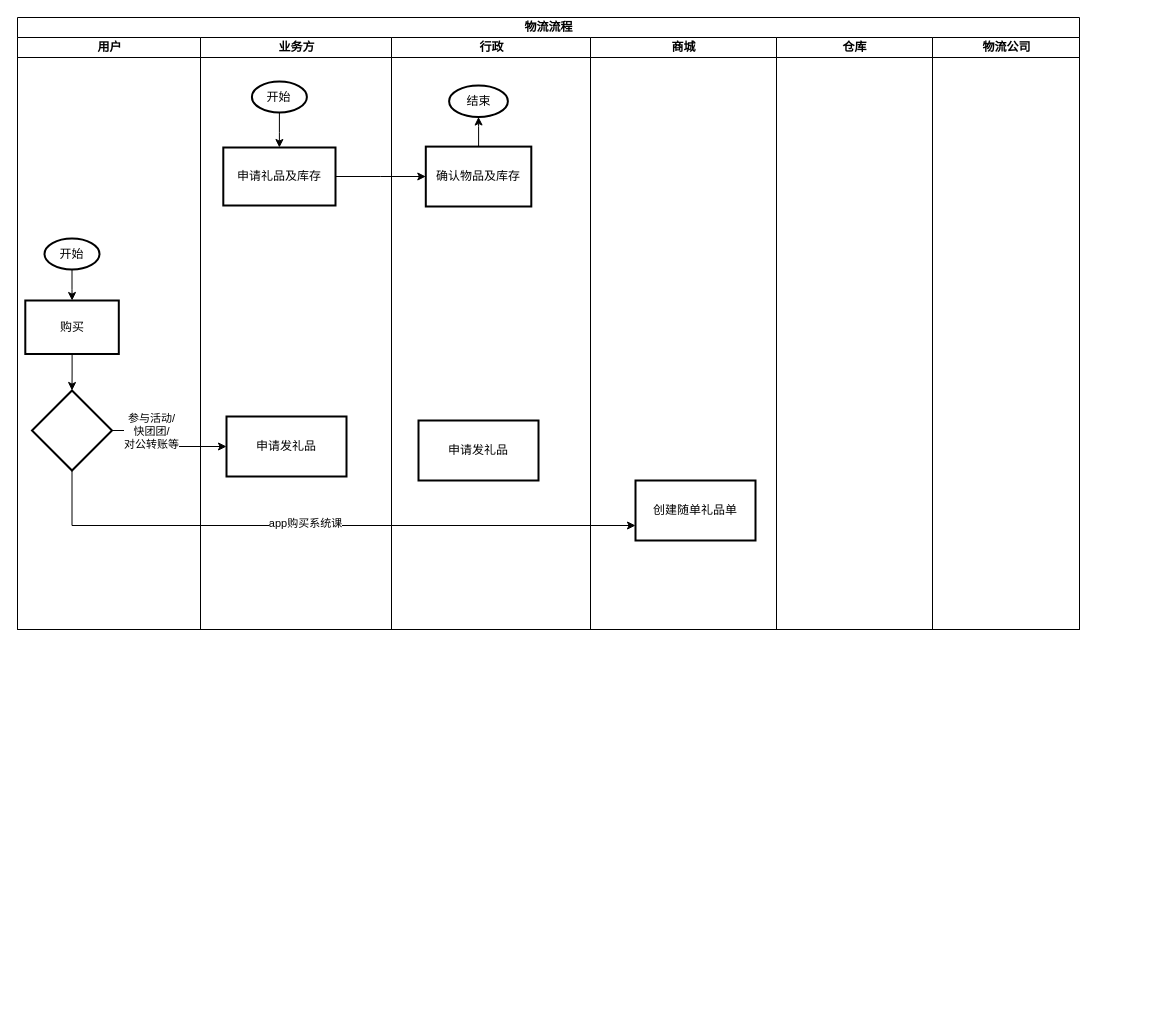
joeytang/imgs keeps this draw.io diagram as page "物流流程" (2 of 2) of 思考图.drawio. Above is the earlier version. Source tidied: cells renumbered, new cells numbered last; positions are measured from the earlier drawing's top-left corner, leaving out a move shared by most shapes. Both pictures are drawn from the tidied source at 100%, with x=0, y=0 at pixel (17, 17).
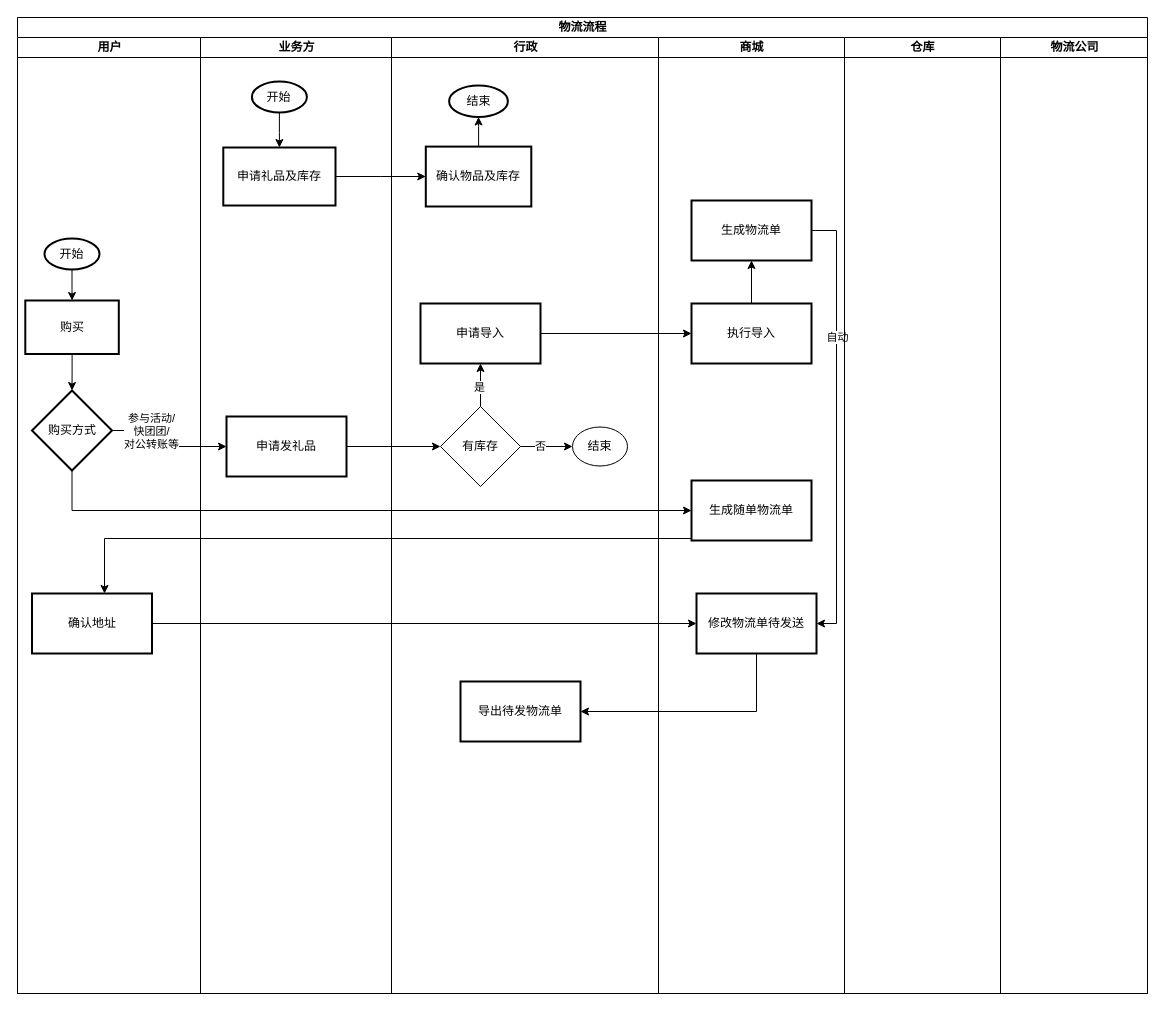
The same page after the edit.

Commit message:
更新思考图.drawio

Unchanged cells that the change refers to:
```xml
<mxCell id="13" value="申请发礼品" style="whiteSpace=wrap;html=1;strokeWidth=2;" parent="9" vertex="1">
  <mxGeometry x="26" y="379" width="120" height="60" as="geometry" />
</mxCell>
```

The edit, as a diff of the source:
```diff
@@
     <mxCell id="2" value="物流流程" style="swimlane;startSize=20;html=1;" parent="1" vertex="1">
-      <mxGeometry width="1062" height="612" as="geometry" />
+      <mxGeometry width="1130" height="976" as="geometry" />
     </mxCell>
     <mxCell id="3" value="用户" style="swimlane;startSize=20;html=1;" parent="2" vertex="1">
-      <mxGeometry y="20" width="183" height="592" as="geometry" />
+      <mxGeometry y="20" width="183" height="956" as="geometry" />
     </mxCell>
@@
-    <mxCell id="8" style="rhombus;whiteSpace=wrap;html=1;strokeWidth=2;" parent="3" vertex="1">
+    <mxCell id="8" value="购买方式" style="rhombus;whiteSpace=wrap;html=1;strokeWidth=2;" parent="3" vertex="1">
       <mxGeometry x="14.5" y="353" width="80" height="80" as="geometry" />
     </mxCell>
+    <mxCell id="28" value="确认地址" style="whiteSpace=wrap;html=1;strokeWidth=2;" parent="3" vertex="1">
+      <mxGeometry x="14.5" y="556" width="120" height="60" as="geometry" />
+    </mxCell>
     <mxCell id="9" value="业务方" style="swimlane;startSize=20;html=1;" parent="2" vertex="1">
-      <mxGeometry x="183" y="20" width="191" height="592" as="geometry" />
+      <mxGeometry x="183" y="20" width="191" height="956" as="geometry" />
     </mxCell>
@@
     <mxCell id="14" value="行政" style="swimlane;startSize=20;html=1;" parent="2" vertex="1">
-      <mxGeometry x="374" y="20" width="199" height="592" as="geometry" />
+      <mxGeometry x="374" y="20" width="267" height="956" as="geometry" />
     </mxCell>
@@
-    <mxCell id="18" value="申请发礼品" style="whiteSpace=wrap;html=1;strokeWidth=2;" parent="14" vertex="1">
-      <mxGeometry x="27" y="383" width="120" height="60" as="geometry" />
+    <mxCell id="18" value="申请导入" style="whiteSpace=wrap;html=1;strokeWidth=2;" parent="14" vertex="1">
+      <mxGeometry x="29" y="266" width="120" height="60" as="geometry" />
     </mxCell>
+    <mxCell id="29" style="edgeStyle=orthogonalEdgeStyle;rounded=0;jettySize=auto;html=1;" parent="14" edge="1" source="33" target="18">
+      <mxGeometry relative="1" as="geometry" />
+    </mxCell>
+    <mxCell id="30" value="是" style="edgeLabel;html=1;align=center;verticalAlign=middle;" parent="29" vertex="1">
+      <mxGeometry x="-0.08" y="2" relative="1" as="geometry" />
+    </mxCell>
+    <mxCell id="31" style="edgeStyle=orthogonalEdgeStyle;rounded=0;jettySize=auto;html=1;" parent="14" edge="1" source="33" target="34">
+      <mxGeometry relative="1" as="geometry" />
+    </mxCell>
+    <mxCell id="32" value="否" style="edgeLabel;html=1;align=center;verticalAlign=middle;" parent="31" vertex="1">
+      <mxGeometry x="-0.26" y="1" relative="1" as="geometry" />
+    </mxCell>
+    <mxCell id="33" value="有库存" style="rhombus;whiteSpace=wrap;html=1;" parent="14" vertex="1">
+      <mxGeometry x="49" y="369" width="80" height="80" as="geometry" />
+    </mxCell>
+    <mxCell id="34" value="结束" style="ellipse;whiteSpace=wrap;html=1;" parent="14" vertex="1">
+      <mxGeometry x="181" y="389.5" width="55" height="39" as="geometry" />
+    </mxCell>
+    <mxCell id="35" value="导出待发物流单" style="whiteSpace=wrap;html=1;strokeWidth=2;" parent="14" vertex="1">
+      <mxGeometry x="69" y="644" width="120" height="60" as="geometry" />
+    </mxCell>
     <mxCell id="19" value="商城" style="swimlane;startSize=20;html=1;" parent="2" vertex="1">
-      <mxGeometry x="573" y="20" width="186" height="592" as="geometry" />
+      <mxGeometry x="641" y="20" width="186" height="956" as="geometry" />
     </mxCell>
-    <mxCell id="20" value="创建随单礼品单" style="whiteSpace=wrap;html=1;strokeWidth=2;" parent="19" vertex="1">
-      <mxGeometry x="45" y="443" width="120" height="60" as="geometry" />
+    <mxCell id="20" value="生成随单物流单" style="whiteSpace=wrap;html=1;strokeWidth=2;" parent="19" vertex="1">
+      <mxGeometry x="33" y="443" width="120" height="60" as="geometry" />
     </mxCell>
+    <mxCell id="36" style="edgeStyle=orthogonalEdgeStyle;rounded=0;jettySize=auto;html=1;" parent="19" edge="1" source="37" target="40">
+      <mxGeometry relative="1" as="geometry" />
+    </mxCell>
+    <mxCell id="37" value="执行导入" style="whiteSpace=wrap;html=1;strokeWidth=2;" parent="19" vertex="1">
+      <mxGeometry x="33" y="266" width="120" height="60" as="geometry" />
+    </mxCell>
+    <mxCell id="38" style="edgeStyle=orthogonalEdgeStyle;rounded=0;jettySize=auto;html=1;entryX=1;entryY=0.5;entryDx=0;entryDy=0;exitX=1;exitY=0.5;exitDx=0;exitDy=0;" parent="19" edge="1" source="40" target="41">
+      <mxGeometry relative="1" as="geometry" />
+    </mxCell>
+    <mxCell id="39" value="自动" style="edgeLabel;html=1;align=center;verticalAlign=middle;" parent="38" vertex="1">
+      <mxGeometry x="-0.4" relative="1" as="geometry" />
+    </mxCell>
+    <mxCell id="40" value="生成物流单" style="whiteSpace=wrap;html=1;strokeWidth=2;" parent="19" vertex="1">
+      <mxGeometry x="33" y="163" width="120" height="60" as="geometry" />
+    </mxCell>
+    <mxCell id="41" value="修改物流单待发送" style="whiteSpace=wrap;html=1;strokeWidth=2;" parent="19" vertex="1">
+      <mxGeometry x="38" y="556" width="120" height="60" as="geometry" />
+    </mxCell>
     <mxCell id="21" value="仓库" style="swimlane;startSize=20;html=1;" parent="2" vertex="1">
-      <mxGeometry x="759" y="20" width="156" height="592" as="geometry" />
+      <mxGeometry x="827" y="20" width="156" height="956" as="geometry" />
     </mxCell>
     <mxCell id="22" value="物流公司" style="swimlane;startSize=20;html=1;" parent="2" vertex="1">
-      <mxGeometry x="915" y="20" width="147" height="592" as="geometry" />
+      <mxGeometry x="983" y="20" width="147" height="956" as="geometry" />
     </mxCell>
@@
+    <mxCell id="42" style="edgeStyle=orthogonalEdgeStyle;rounded=0;jettySize=auto;html=1;" parent="2" edge="1" source="13" target="33">
+      <mxGeometry relative="1" as="geometry" />
+    </mxCell>
+    <mxCell id="43" style="edgeStyle=orthogonalEdgeStyle;rounded=0;jettySize=auto;html=1;" parent="2" edge="1" source="18" target="37">
+      <mxGeometry relative="1" as="geometry" />
+    </mxCell>
+    <mxCell id="44" style="edgeStyle=orthogonalEdgeStyle;rounded=0;jettySize=auto;html=1;" parent="2" edge="1" source="20" target="28">
+      <mxGeometry relative="1" as="geometry">
+        <Array as="points">
+          <mxPoint x="87" y="521" />
+        </Array>
+      </mxGeometry>
+    </mxCell>
-    <mxCell id="26" style="edgeStyle=orthogonalEdgeStyle;rounded=0;jettySize=auto;html=1;exitX=0.5;exitY=1;exitDx=0;exitDy=0;entryX=0;entryY=0.75;entryDx=0;entryDy=0;" parent="2" edge="1" source="8" target="20">
+    <mxCell id="26" style="edgeStyle=orthogonalEdgeStyle;rounded=0;jettySize=auto;html=1;entryX=0;entryY=0.5;entryDx=0;entryDy=0;exitX=0.5;exitY=1;exitDx=0;exitDy=0;" parent="2" edge="1" source="8" target="20">
       <mxGeometry relative="1" as="geometry" />
     </mxCell>
-    <mxCell id="27" value="app购买系统课" style="edgeLabel;html=1;align=center;verticalAlign=middle;" parent="26" vertex="1">
-      <mxGeometry x="-0.07" y="3" relative="1" as="geometry" />
-    </mxCell>
+    <mxCell id="45" style="edgeStyle=orthogonalEdgeStyle;rounded=0;jettySize=auto;html=1;" parent="2" edge="1" source="28" target="41">
+      <mxGeometry relative="1" as="geometry" />
+    </mxCell>
+    <mxCell id="46" style="edgeStyle=orthogonalEdgeStyle;rounded=0;jettySize=auto;html=1;entryX=1;entryY=0.5;entryDx=0;entryDy=0;exitX=0.5;exitY=1;exitDx=0;exitDy=0;" parent="2" edge="1" source="41" target="35">
+      <mxGeometry relative="1" as="geometry" />
+    </mxCell>
```
